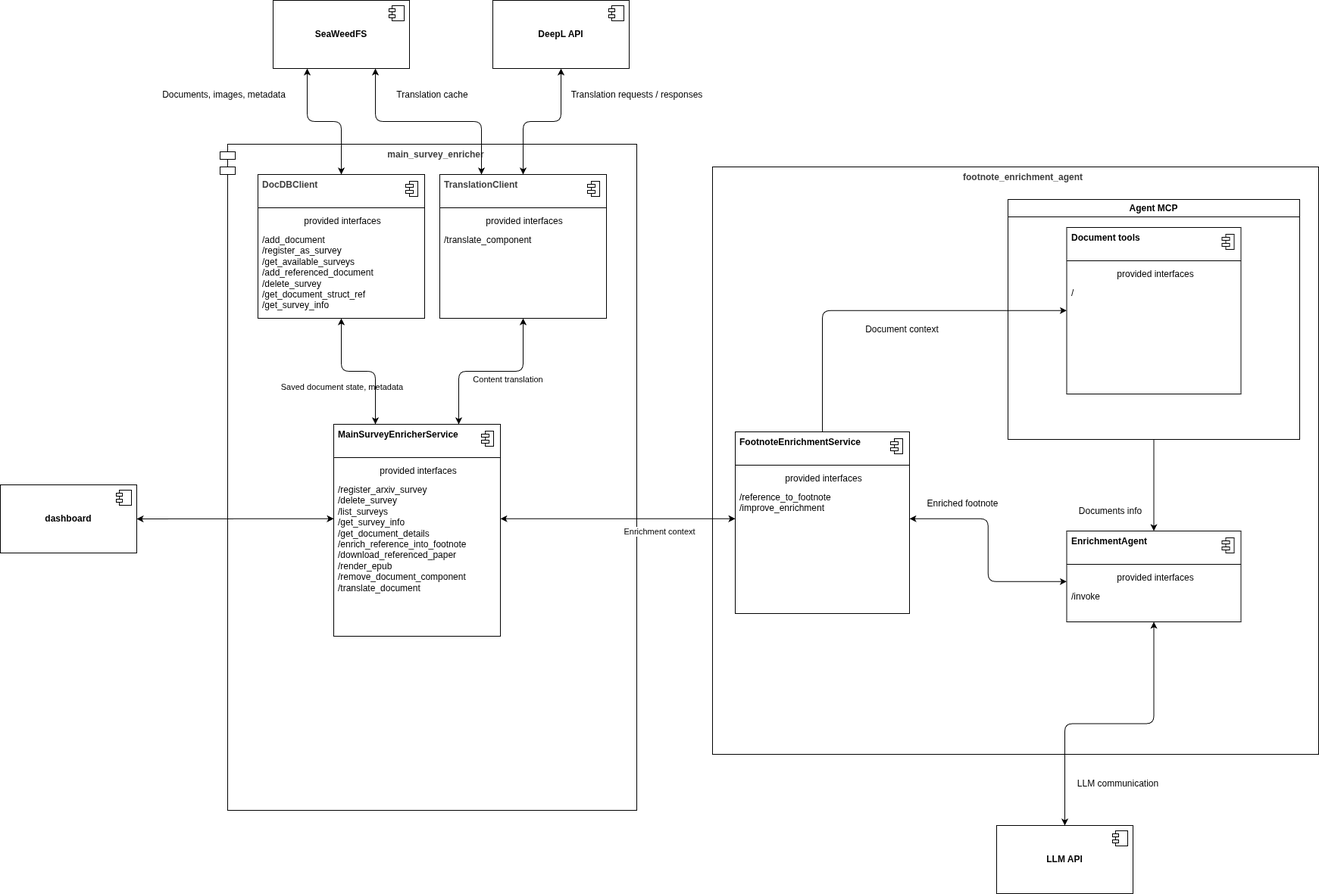
Before: docs/architecture.drawio.png, a diagram exported from draw.io (WiktorProsowicz/paper-enrichment-agent). Source tidied: cells renumbered, new cells last; positions are measured from the earlier drawing's top-left corner, leaving out a move shared by most shapes.
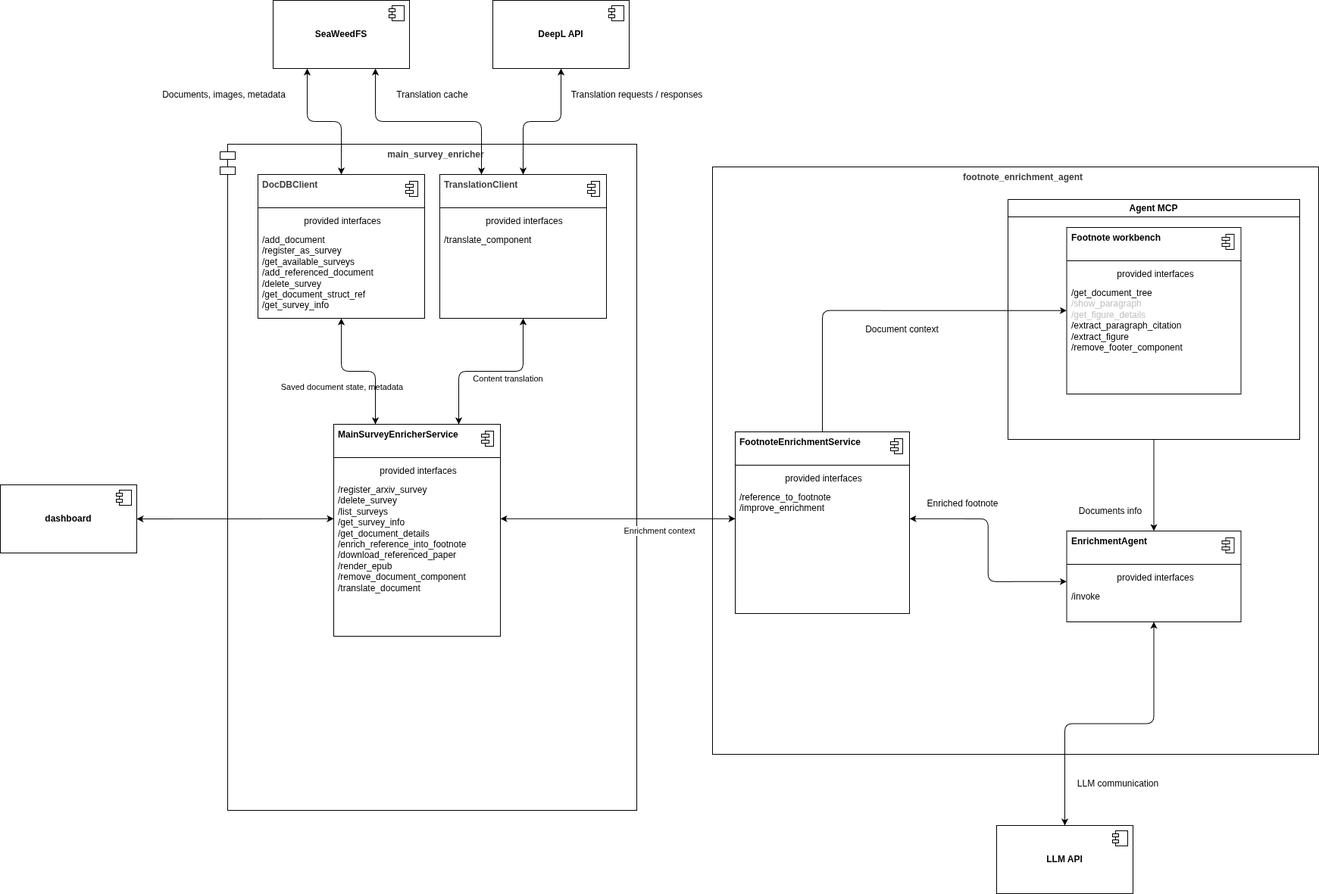
Later version of the same file.

Commit message:
feat: (WIP) Introduce footnote enrichment agent service

What changed in the source:
```diff
@@ -209,7 +209,7 @@
     <mxCell id="64" style="fontStyle=1;align=center;verticalAlign=top;horizontal=1;" parent="1" vertex="1">
       <mxGeometry x="1407.5" y="300" width="230" height="220" as="geometry" />
     </mxCell>
-    <mxCell id="65" value="&lt;b&gt;Document tools&lt;/b&gt;" style="html=1;align=left;spacingLeft=4;verticalAlign=top;strokeColor=none;fillColor=none;whiteSpace=wrap;" parent="64" vertex="1">
+    <mxCell id="65" value="&lt;b&gt;Footnote workbench&lt;/b&gt;" style="html=1;align=left;spacingLeft=4;verticalAlign=top;strokeColor=none;fillColor=none;whiteSpace=wrap;" parent="64" vertex="1">
       <mxGeometry width="230" height="40" as="geometry" />
     </mxCell>
     <mxCell id="66" style="shape=module;jettyWidth=10;jettyHeight=4;" parent="65" vertex="1">
@@ -223,7 +223,7 @@
     <mxCell id="68" value="provided interfaces" style="html=1;align=center;spacingLeft=4;verticalAlign=top;strokeColor=none;fillColor=none;whiteSpace=wrap;" parent="64" vertex="1">
       <mxGeometry y="48" width="230" height="25" as="geometry" />
     </mxCell>
-    <mxCell id="69" value="/" style="html=1;align=left;spacingLeft=4;verticalAlign=top;strokeColor=none;fillColor=none;whiteSpace=wrap;" parent="64" vertex="1">
+    <mxCell id="69" value="/get_document_tree&lt;div&gt;&lt;div style=&quot;color: rgb(192, 192, 192); scrollbar-color: rgb(75, 75, 75) rgb(27, 29, 30);&quot;&gt;&lt;font style=&quot;scrollbar-color: rgb(75, 75, 75) rgb(27, 29, 30);&quot;&gt;/show_paragraph&lt;/font&gt;&lt;/div&gt;&lt;div style=&quot;color: rgb(192, 192, 192); scrollbar-color: rgb(75, 75, 75) rgb(27, 29, 30);&quot;&gt;&lt;font style=&quot;scrollbar-color: rgb(75, 75, 75) rgb(27, 29, 30);&quot;&gt;/get_figure_details&lt;/font&gt;&lt;/div&gt;&lt;/div&gt;&lt;div&gt;&lt;div&gt;/extract_paragraph_citation&lt;/div&gt;&lt;div&gt;/extract_figure&lt;/div&gt;&lt;/div&gt;&lt;div&gt;/remove_footer_component&lt;/div&gt;" style="html=1;align=left;spacingLeft=4;verticalAlign=top;strokeColor=none;fillColor=none;whiteSpace=wrap;" parent="64" vertex="1">
       <mxGeometry y="73" width="230" height="147" as="geometry" />
     </mxCell>
   </root>
```
